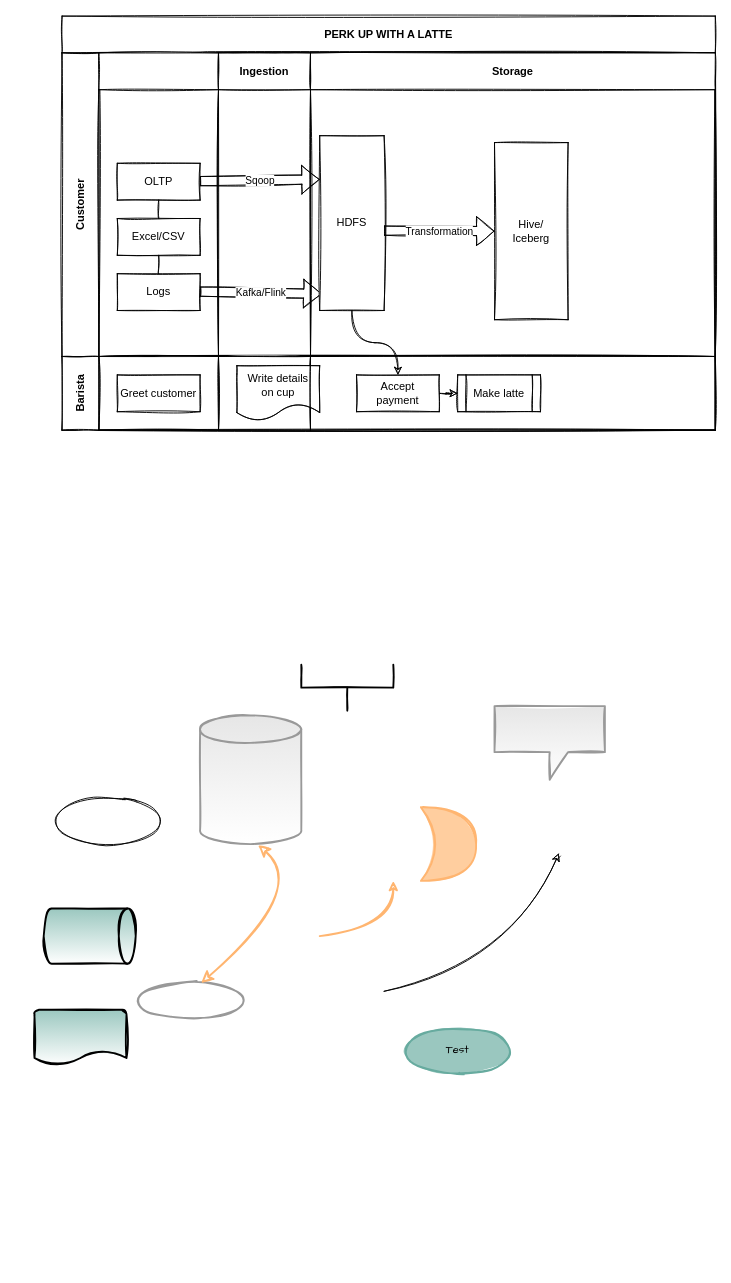
uyennt01/Project1 keeps this draw.io diagram as page "Page-1" (1 of 3) of Untitled Diagram.drawio. Above is the earlier version. Source tidied: cells renumbered, new cells numbered last; positions are measured from the earlier drawing's top-left corner, leaving out a move shared by most shapes. Both pictures are drawn from the tidied source at 92%, with x=0, y=0 at pixel (34, 16).
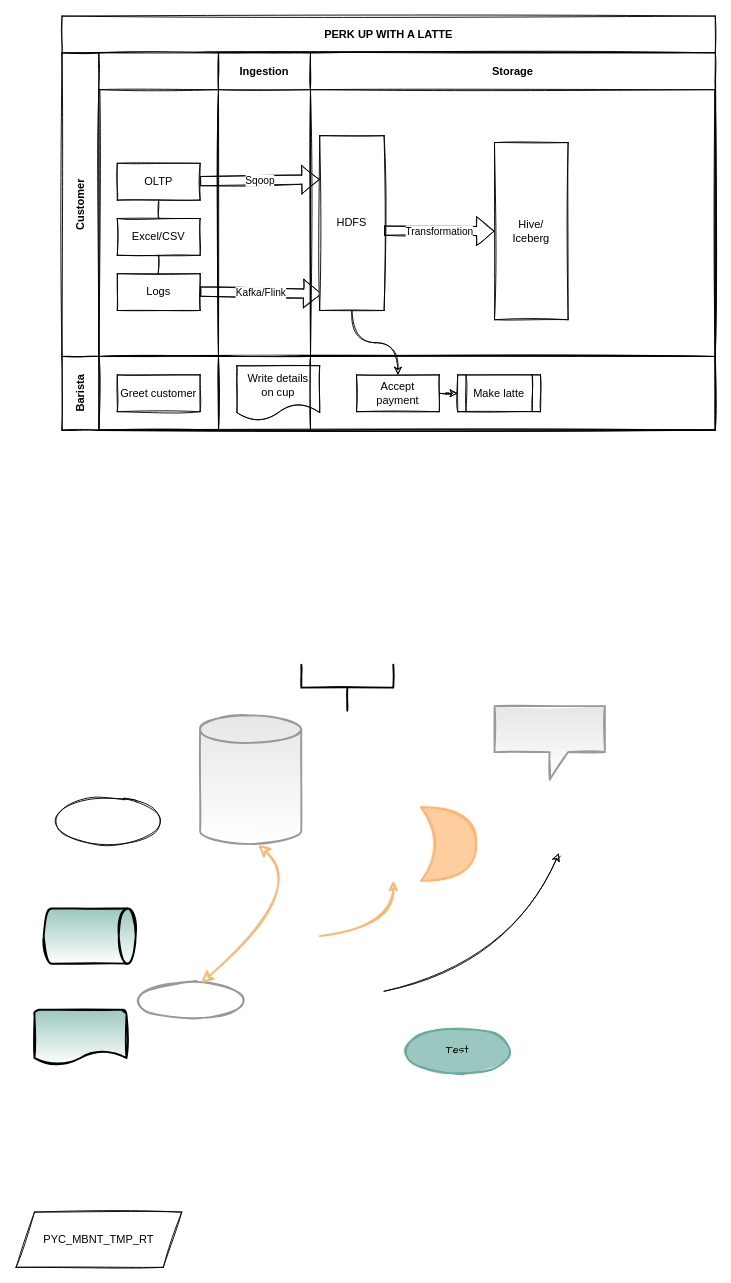
After the change.

Change to the diagram source:
```diff
@@
+    <mxCell id="42" value="PYC_MBNT_TMP_RT" style="shape=parallelogram;perimeter=parallelogramPerimeter;whiteSpace=wrap;html=1;fixedSize=1;sketch=1;" parent="1" vertex="1">
+      <mxGeometry x="-20" y="1300" width="180" height="60" as="geometry" />
+    </mxCell>
```
